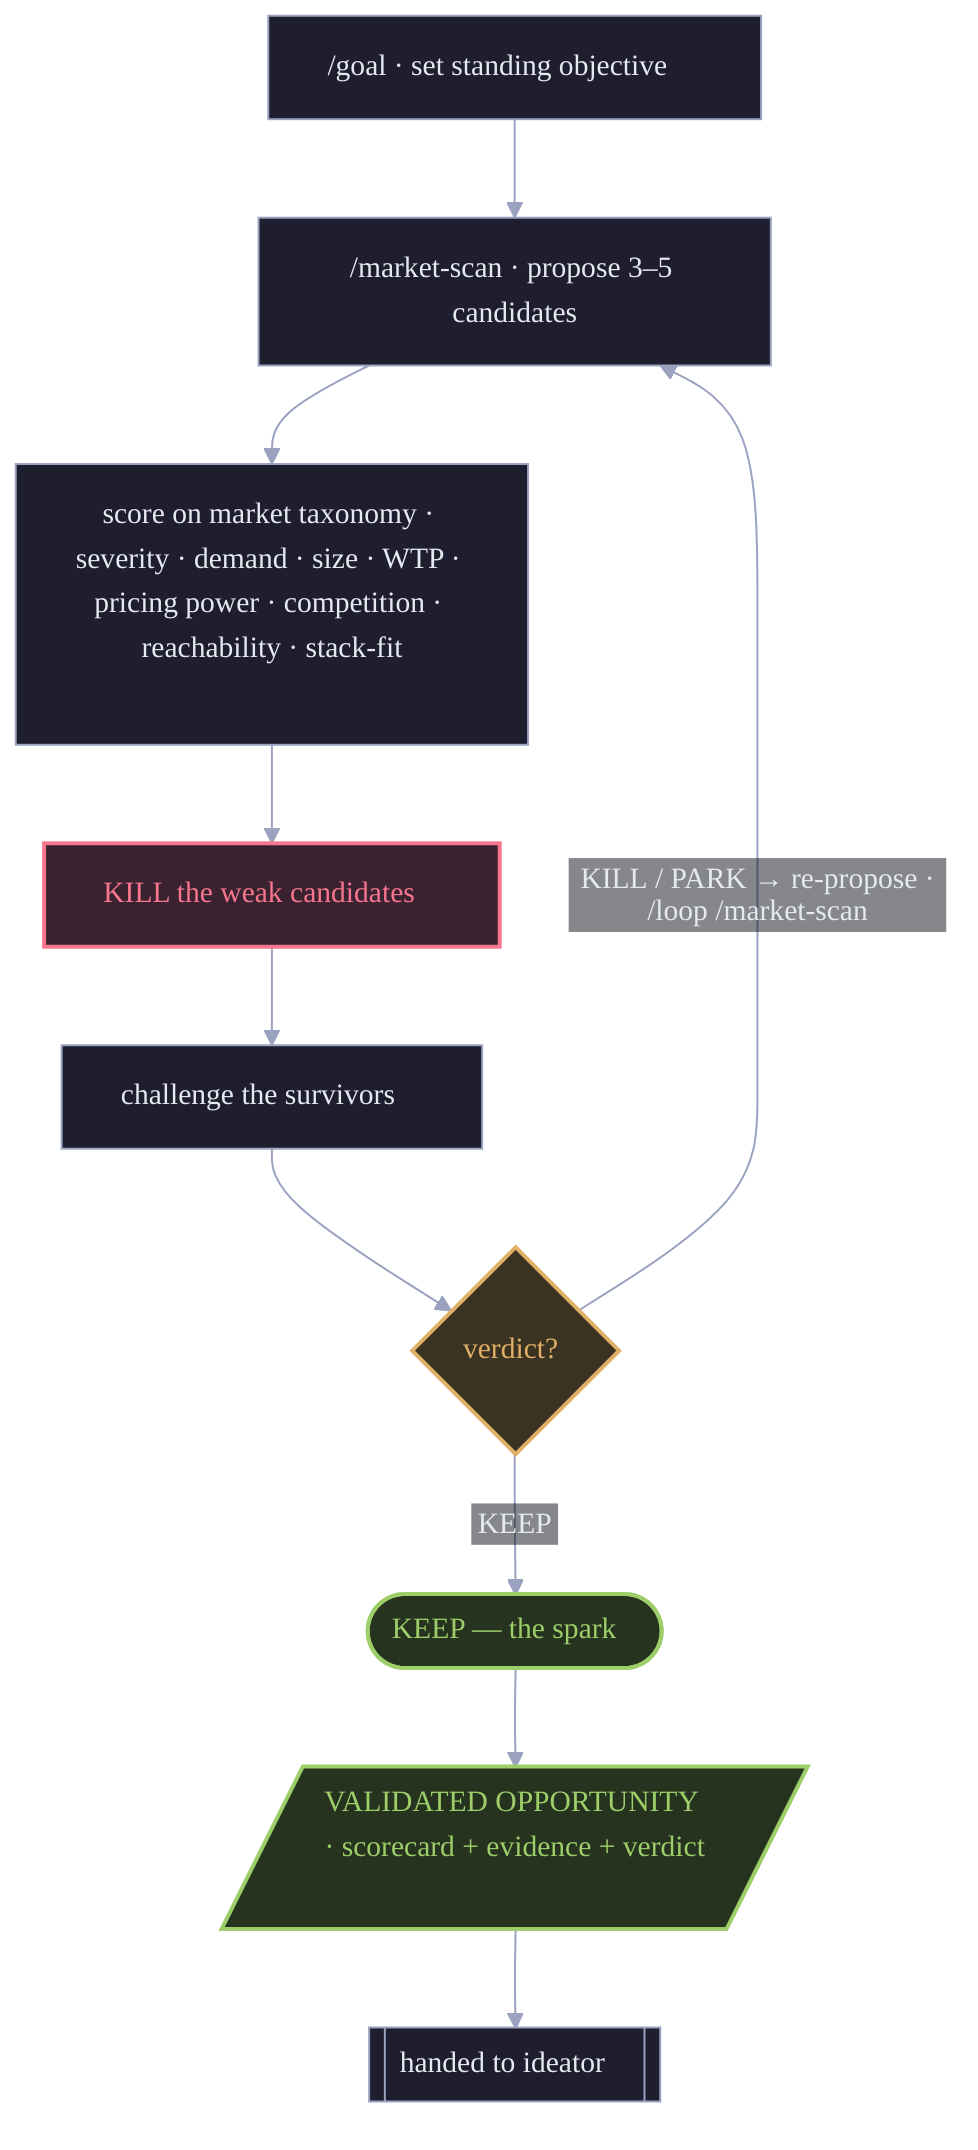
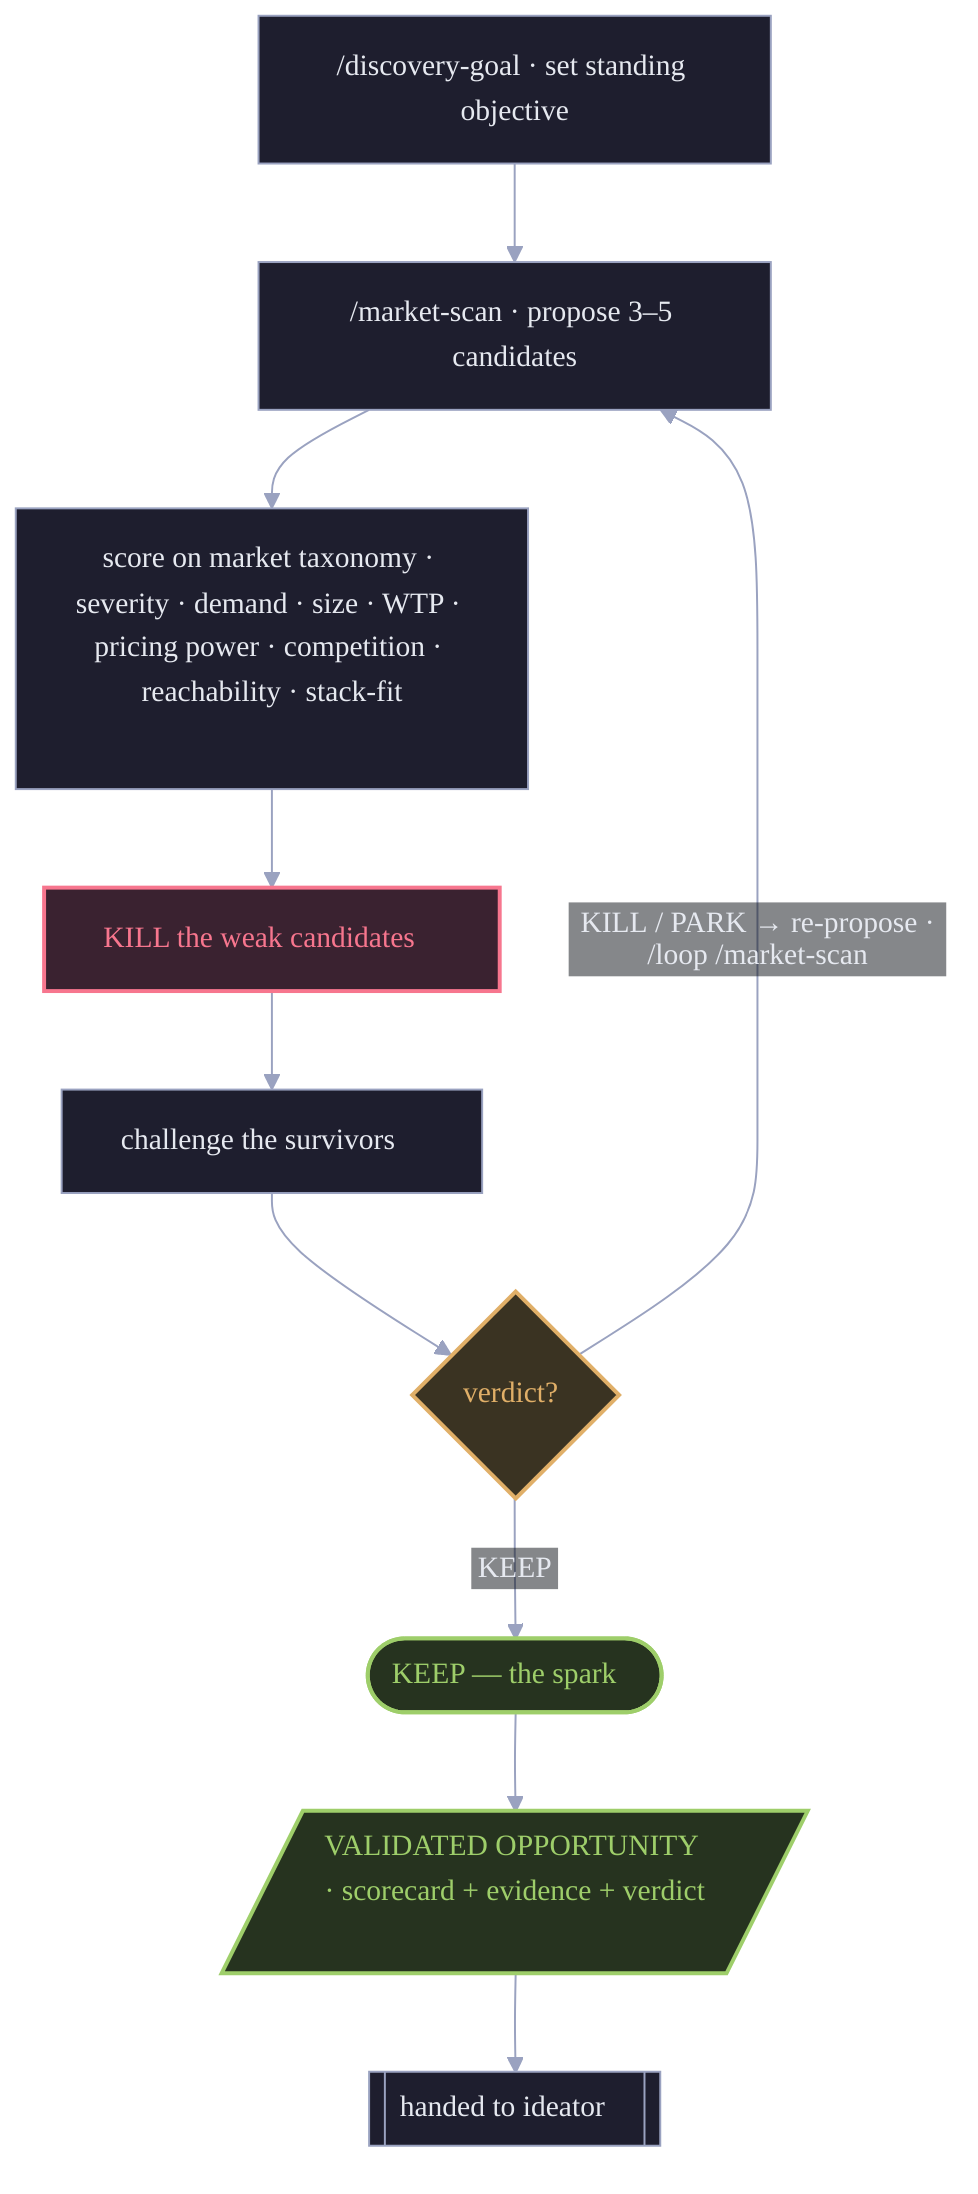
%%{init: {'theme':'base','flowchart':{'htmlLabels':false},'themeVariables':{'background':'transparent','htmlLabels':false,'primaryColor':'#1e1e2e','primaryBorderColor':'#9aa2c0','primaryTextColor':'#e6e9f0','secondaryColor':'#2a2a3c','tertiaryColor':'#2a2a3c','lineColor':'#9aa2c0','edgeLabelBackground':'#0d1117','fontFamily':'DejaVu Sans, ui-sans-serif','fontSize':'15px'}}}%%
flowchart TD
    accTitle: MARKET-SCANNER discovery loop
    accDescr: The goal command sets a standing objective, then market-scan proposes candidates, scores them on the market taxonomy, kills weak ones, challenges survivors, and verdicts each KEEP, PARK, or KILL. KILL and PARK loop back via the loop command to propose again; KEEP exits as a validated opportunity handed to the ideator.

-     GOAL["/goal · set standing objective"]
+     GOAL["/discovery-goal · set standing objective"]
    PROPOSE["/market-scan · propose 3–5 candidates"]
    SCORE["score on market taxonomy · severity · demand · size · WTP · pricing power · competition · reachability · stack-fit"]
    KILLWEAK["KILL the weak candidates"]
    CHALLENGE["challenge the survivors"]
    VERDICT{"verdict?"}
    KEEP(["KEEP — the spark"])
    OUT[/"VALIDATED OPPORTUNITY · scorecard + evidence + verdict"/]
    IDEATOR[["handed to ideator"]]

    GOAL --> PROPOSE
    PROPOSE --> SCORE
    SCORE --> KILLWEAK
    KILLWEAK --> CHALLENGE
    CHALLENGE --> VERDICT
    VERDICT -- "KILL / PARK → re-propose · /loop /market-scan" --> PROPOSE
    VERDICT -- "KEEP" --> KEEP
    KEEP --> OUT
    OUT --> IDEATOR

    classDef kill fill:#3a2230,stroke:#f7768e,stroke-width:2px,color:#f7768e;
    classDef park fill:#3a3322,stroke:#e0af68,stroke-width:2px,color:#e0af68;
    classDef keep fill:#26331f,stroke:#9ece6a,stroke-width:2px,color:#9ece6a;
    class KILLWEAK kill;
    class VERDICT park;
    class KEEP,OUT keep;
